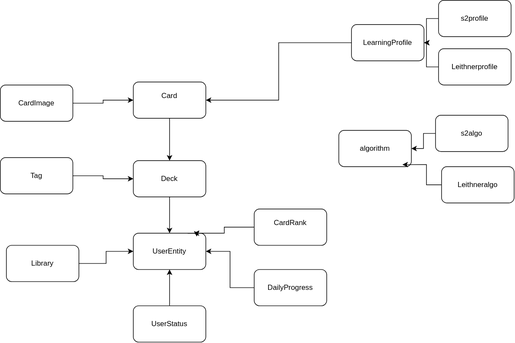
Earlier version of the draw.io export third-tool-domain.drawio.svg (Third-tool/third-tool-backend). Source tidied: cells renumbered, new cells last; positions are measured from the earlier drawing's top-left corner, leaving out a move shared by most shapes.
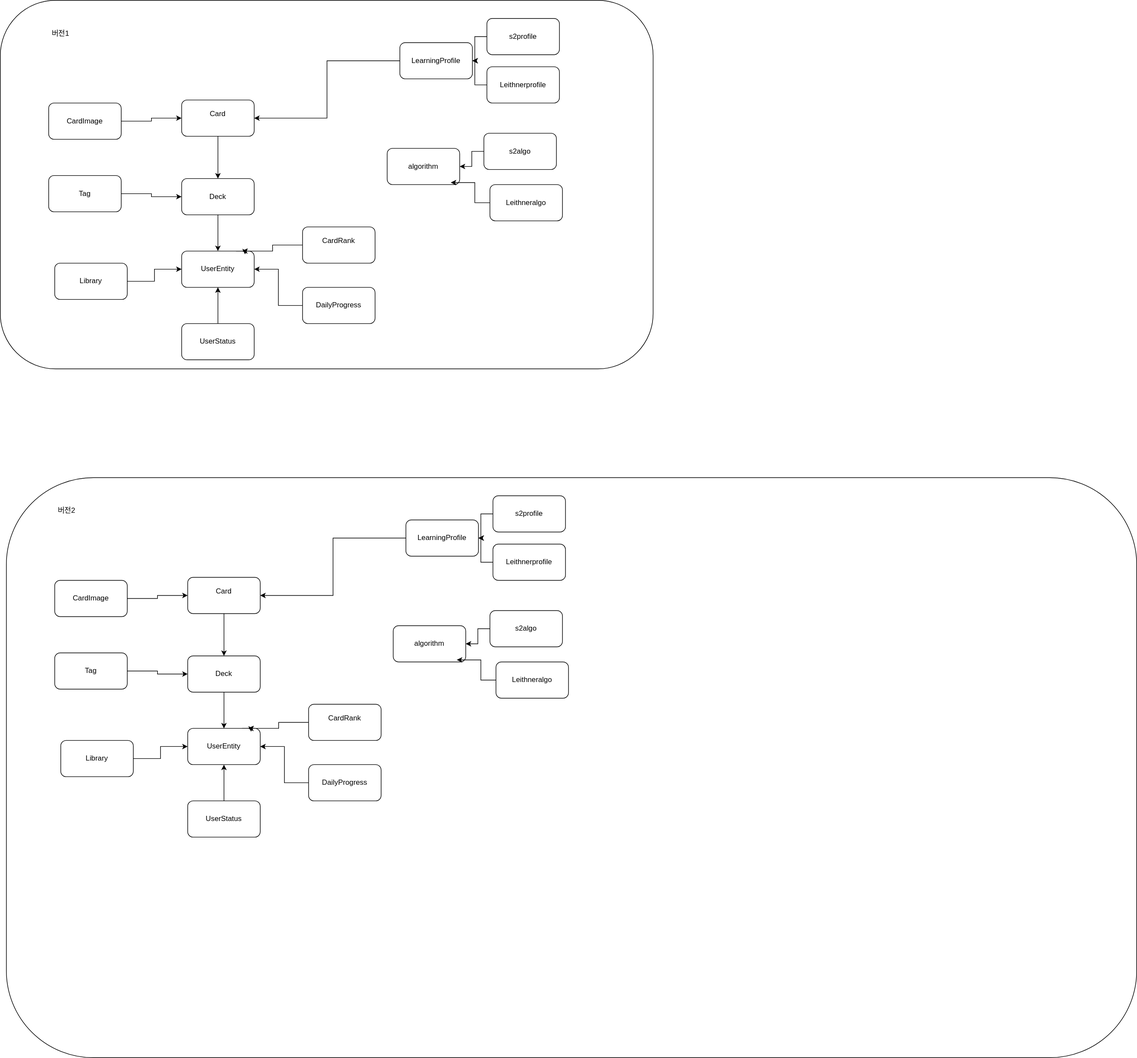
Later version of the same file.

The edit, as a diff of the source:
```diff
@@ -2,6 +2,9 @@
   <root>
     <mxCell id="0" />
     <mxCell id="1" parent="0" />
+    <mxCell id="31" style="rounded=1;whiteSpace=wrap;html=1;" parent="1" vertex="1">
+      <mxGeometry x="-80" y="-30" width="1080" height="610" as="geometry" />
+    </mxCell>
     <mxCell id="2" style="edgeStyle=orthogonalEdgeStyle;rounded=0;jettySize=auto;html=1;" parent="1" edge="1" source="3" target="5">
       <mxGeometry relative="1" as="geometry" />
     </mxCell>
@@ -91,5 +94,103 @@
     <mxCell id="30" style="edgeStyle=orthogonalEdgeStyle;rounded=0;jettySize=auto;html=1;entryX=0.877;entryY=0.944;entryDx=0;entryDy=0;entryPerimeter=0;" parent="1" edge="1" source="16" target="9">
       <mxGeometry relative="1" as="geometry" />
     </mxCell>
+    <mxCell id="32" value="버전1" style="text;html=1;whiteSpace=wrap;strokeColor=none;fillColor=none;align=center;verticalAlign=middle;rounded=0;" parent="1" vertex="1">
+      <mxGeometry x="-10" y="10" width="60" height="30" as="geometry" />
+    </mxCell>
+    <mxCell id="33" style="rounded=1;whiteSpace=wrap;html=1;" parent="1" vertex="1">
+      <mxGeometry x="-70" y="760" width="1870" height="960" as="geometry" />
+    </mxCell>
+    <mxCell id="34" style="edgeStyle=orthogonalEdgeStyle;rounded=0;jettySize=auto;html=1;" parent="1" edge="1" source="35" target="37">
+      <mxGeometry relative="1" as="geometry" />
+    </mxCell>
+    <mxCell id="35" value="Card&lt;div&gt;&lt;br&gt;&lt;/div&gt;" style="rounded=1;whiteSpace=wrap;html=1;" parent="1" vertex="1">
+      <mxGeometry x="230" y="925" width="120" height="60" as="geometry" />
+    </mxCell>
+    <mxCell id="36" style="edgeStyle=orthogonalEdgeStyle;rounded=0;jettySize=auto;html=1;" parent="1" edge="1" source="37" target="38">
+      <mxGeometry relative="1" as="geometry" />
+    </mxCell>
+    <mxCell id="37" value="&lt;div&gt;Deck&lt;/div&gt;" style="rounded=1;whiteSpace=wrap;html=1;" parent="1" vertex="1">
+      <mxGeometry x="230" y="1055" width="120" height="60" as="geometry" />
+    </mxCell>
+    <mxCell id="38" value="UserEntity" style="rounded=1;whiteSpace=wrap;html=1;" parent="1" vertex="1">
+      <mxGeometry x="230" y="1175" width="120" height="60" as="geometry" />
+    </mxCell>
+    <mxCell id="39" style="edgeStyle=orthogonalEdgeStyle;rounded=0;jettySize=auto;html=1;entryX=1;entryY=0.5;entryDx=0;entryDy=0;" parent="1" edge="1" source="40" target="35">
+      <mxGeometry relative="1" as="geometry" />
+    </mxCell>
+    <mxCell id="40" value="LearningProfile" style="rounded=1;whiteSpace=wrap;html=1;" parent="1" vertex="1">
+      <mxGeometry x="591" y="830" width="120" height="60" as="geometry" />
+    </mxCell>
+    <mxCell id="41" value="algorithm" style="rounded=1;whiteSpace=wrap;html=1;" parent="1" vertex="1">
+      <mxGeometry x="570" y="1005" width="120" height="60" as="geometry" />
+    </mxCell>
+    <mxCell id="42" style="edgeStyle=orthogonalEdgeStyle;rounded=0;jettySize=auto;html=1;" parent="1" edge="1" source="43" target="38">
+      <mxGeometry relative="1" as="geometry" />
+    </mxCell>
+    <mxCell id="43" value="Library" style="rounded=1;whiteSpace=wrap;html=1;" parent="1" vertex="1">
+      <mxGeometry x="20" y="1195" width="120" height="60" as="geometry" />
+    </mxCell>
+    <mxCell id="44" style="edgeStyle=orthogonalEdgeStyle;rounded=0;jettySize=auto;html=1;" parent="1" edge="1" source="45" target="37">
+      <mxGeometry relative="1" as="geometry" />
+    </mxCell>
+    <mxCell id="45" value="&lt;div&gt;Tag&lt;/div&gt;" style="rounded=1;whiteSpace=wrap;html=1;" parent="1" vertex="1">
+      <mxGeometry x="10" y="1050" width="120" height="60" as="geometry" />
+    </mxCell>
+    <mxCell id="46" style="edgeStyle=orthogonalEdgeStyle;rounded=0;jettySize=auto;html=1;" parent="1" edge="1" source="47" target="41">
+      <mxGeometry relative="1" as="geometry" />
+    </mxCell>
+    <mxCell id="47" value="s2algo" style="rounded=1;whiteSpace=wrap;html=1;" parent="1" vertex="1">
+      <mxGeometry x="730" y="980" width="120" height="60" as="geometry" />
+    </mxCell>
+    <mxCell id="48" value="Leithneralgo" style="rounded=1;whiteSpace=wrap;html=1;" parent="1" vertex="1">
+      <mxGeometry x="740" y="1065" width="120" height="60" as="geometry" />
+    </mxCell>
+    <mxCell id="49" style="edgeStyle=orthogonalEdgeStyle;rounded=0;jettySize=auto;html=1;" parent="1" edge="1" source="50" target="40">
+      <mxGeometry relative="1" as="geometry" />
+    </mxCell>
+    <mxCell id="50" value="s2profile" style="rounded=1;whiteSpace=wrap;html=1;" parent="1" vertex="1">
+      <mxGeometry x="735" y="790" width="120" height="60" as="geometry" />
+    </mxCell>
+    <mxCell id="51" style="edgeStyle=orthogonalEdgeStyle;rounded=0;jettySize=auto;html=1;" parent="1" edge="1" source="52" target="40">
+      <mxGeometry relative="1" as="geometry" />
+    </mxCell>
+    <mxCell id="52" value="Leithnerprofile" style="rounded=1;whiteSpace=wrap;html=1;" parent="1" vertex="1">
+      <mxGeometry x="735" y="870" width="120" height="60" as="geometry" />
+    </mxCell>
+    <mxCell id="53" style="edgeStyle=orthogonalEdgeStyle;rounded=0;jettySize=auto;html=1;entryX=0.5;entryY=1;entryDx=0;entryDy=0;" parent="1" edge="1" source="54" target="38">
+      <mxGeometry relative="1" as="geometry" />
+    </mxCell>
+    <mxCell id="54" value="UserStatus" style="rounded=1;whiteSpace=wrap;html=1;" parent="1" vertex="1">
+      <mxGeometry x="230" y="1295" width="120" height="60" as="geometry" />
+    </mxCell>
+    <mxCell id="55" style="edgeStyle=orthogonalEdgeStyle;rounded=0;jettySize=auto;html=1;" parent="1" edge="1" source="56">
+      <mxGeometry relative="1" as="geometry">
+        <mxPoint x="330" y="1175" as="targetPoint" />
+      </mxGeometry>
+    </mxCell>
+    <mxCell id="56" value="CardRank&lt;div&gt;&lt;br&gt;&lt;/div&gt;" style="rounded=1;whiteSpace=wrap;html=1;" parent="1" vertex="1">
+      <mxGeometry x="430" y="1135" width="120" height="60" as="geometry" />
+    </mxCell>
+    <mxCell id="57" style="edgeStyle=orthogonalEdgeStyle;rounded=0;jettySize=auto;html=1;" parent="1" edge="1" source="58" target="35">
+      <mxGeometry relative="1" as="geometry" />
+    </mxCell>
+    <mxCell id="58" value="&lt;div&gt;CardImage&lt;/div&gt;" style="rounded=1;whiteSpace=wrap;html=1;" parent="1" vertex="1">
+      <mxGeometry x="10" y="930" width="120" height="60" as="geometry" />
+    </mxCell>
+    <mxCell id="59" style="edgeStyle=orthogonalEdgeStyle;rounded=0;orthogonalLoop=1;jettySize=auto;html=1;exitX=0.75;exitY=0;exitDx=0;exitDy=0;entryX=0.874;entryY=0.09;entryDx=0;entryDy=0;entryPerimeter=0;" parent="1" edge="1" source="38" target="38">
+      <mxGeometry relative="1" as="geometry" />
+    </mxCell>
+    <mxCell id="60" style="edgeStyle=orthogonalEdgeStyle;rounded=0;jettySize=auto;html=1;" parent="1" edge="1" source="61" target="38">
+      <mxGeometry relative="1" as="geometry" />
+    </mxCell>
+    <mxCell id="61" value="DailyProgress" style="rounded=1;whiteSpace=wrap;html=1;" parent="1" vertex="1">
+      <mxGeometry x="430" y="1235" width="120" height="60" as="geometry" />
+    </mxCell>
+    <mxCell id="62" style="edgeStyle=orthogonalEdgeStyle;rounded=0;jettySize=auto;html=1;entryX=0.877;entryY=0.944;entryDx=0;entryDy=0;entryPerimeter=0;" parent="1" edge="1" source="48" target="41">
+      <mxGeometry relative="1" as="geometry" />
+    </mxCell>
+    <mxCell id="63" value="버전2" style="text;html=1;whiteSpace=wrap;strokeColor=none;fillColor=none;align=center;verticalAlign=middle;rounded=0;" parent="1" vertex="1">
+      <mxGeometry y="800" width="60" height="30" as="geometry" />
+    </mxCell>
   </root>
 </mxGraphModel>
```
